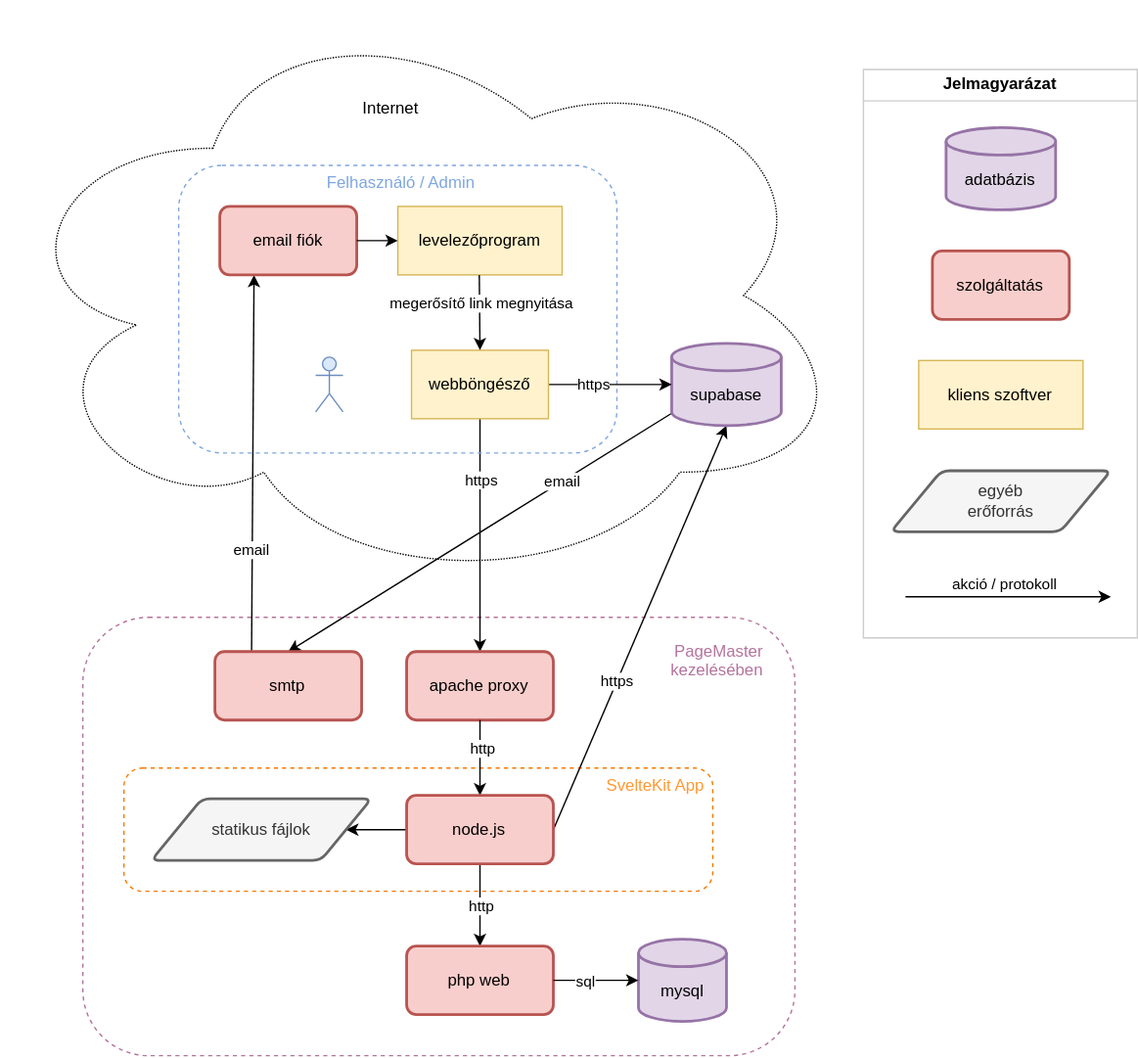
Before: skanzen-folyamatábra.svg, a diagram exported from draw.io (boczpeter/notes). Source tidied: cells renumbered, new cells last; positions are measured from the earlier drawing's top-left corner, leaving out a move shared by most shapes.
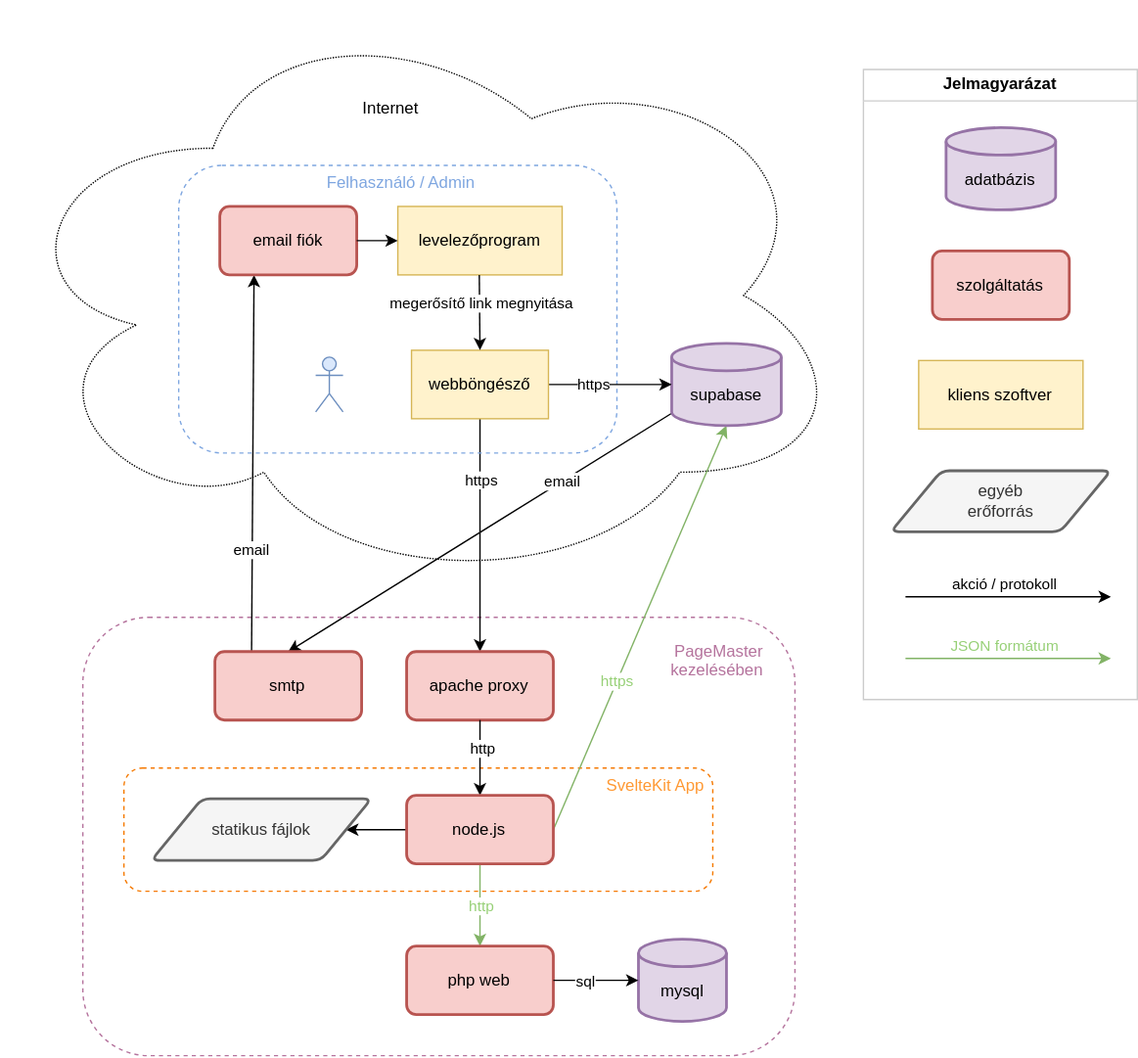
The same diagram one commit later.

Diff of the diagram source:
```diff
@@ -19,10 +19,10 @@
         <mxPoint x="-1" y="-18" as="offset" />
       </mxGeometry>
     </mxCell>
-    <mxCell id="7" style="endArrow=classic;html=1;rounded=0;exitX=1;exitY=0.5;exitDx=0;exitDy=0;entryX=0.5;entryY=1;entryDx=0;entryDy=0;entryPerimeter=0;" parent="1" edge="1" source="20" target="34">
+    <mxCell id="7" style="endArrow=classic;html=1;rounded=0;exitX=1;exitY=0.5;exitDx=0;exitDy=0;entryX=0.5;entryY=1;entryDx=0;entryDy=0;entryPerimeter=0;fillColor=#d5e8d4;strokeColor=#82b366;" parent="1" edge="1" source="20" target="34">
       <mxGeometry relative="1" as="geometry" />
     </mxCell>
-    <mxCell id="8" value="&lt;div&gt;https&lt;/div&gt;" style="edgeLabel;html=1;align=center;verticalAlign=middle;" parent="7" vertex="1">
+    <mxCell id="8" value="&lt;div&gt;https&lt;/div&gt;" style="edgeLabel;html=1;align=center;verticalAlign=middle;fontColor=#97D077;" parent="7" vertex="1">
       <mxGeometry x="-0.27" y="1" relative="1" as="geometry" />
     </mxCell>
     <mxCell id="9" style="endArrow=classic;html=1;rounded=0;exitX=0.25;exitY=0;exitDx=0;exitDy=0;entryX=0.25;entryY=1;entryDx=0;entryDy=0;" parent="1" edge="1" source="13" target="40">
@@ -56,10 +56,10 @@
     <mxCell id="17" style="endArrow=classic;html=1;rounded=0;exitX=0;exitY=0.5;exitDx=0;exitDy=0;" parent="1" edge="1" source="20" target="21">
       <mxGeometry relative="1" as="geometry" />
     </mxCell>
-    <mxCell id="18" style="endArrow=classic;html=1;rounded=0;exitX=0.5;exitY=1;exitDx=0;exitDy=0;entryX=0.5;entryY=0;entryDx=0;entryDy=0;" parent="1" edge="1" source="20" target="30">
+    <mxCell id="18" style="endArrow=classic;html=1;rounded=0;exitX=0.5;exitY=1;exitDx=0;exitDy=0;entryX=0.5;entryY=0;entryDx=0;entryDy=0;fillColor=#d5e8d4;strokeColor=#82b366;" parent="1" edge="1" source="20" target="30">
       <mxGeometry relative="1" as="geometry" />
     </mxCell>
-    <mxCell id="19" value="&lt;div&gt;http&lt;/div&gt;" style="edgeLabel;html=1;align=center;verticalAlign=middle;" parent="18" vertex="1">
+    <mxCell id="19" value="&lt;div&gt;http&lt;/div&gt;" style="edgeLabel;html=1;align=center;verticalAlign=middle;fontColor=#97D077;" parent="18" vertex="1">
       <mxGeometry x="-0.27" y="1" relative="1" as="geometry">
         <mxPoint x="-1" y="8" as="offset" />
       </mxGeometry>
@@ -71,7 +71,7 @@
       <mxGeometry x="110" y="582.5" width="160.7" height="45" as="geometry" />
     </mxCell>
     <mxCell id="22" value="Jelmagyarázat" style="swimlane;whiteSpace=wrap;html=1;strokeColor=#CCCCCC;" parent="1" vertex="1">
-      <mxGeometry x="630" y="50" width="200" height="415" as="geometry" />
+      <mxGeometry x="630" y="50" width="200" height="460" as="geometry" />
     </mxCell>
     <mxCell id="23" style="group;" parent="22" vertex="1">
       <mxGeometry x="20" y="42.5" width="160.7" height="295" as="geometry" />
@@ -99,6 +99,17 @@
         <mxPoint x="-5" y="-8" as="offset" />
       </mxGeometry>
     </mxCell>
+    <mxCell id="45" style="endArrow=classic;html=1;rounded=0;fillColor=#d5e8d4;strokeColor=#82b366;" parent="22" edge="1">
+      <mxGeometry relative="1" as="geometry">
+        <mxPoint x="30.7" y="430" as="sourcePoint" />
+        <mxPoint x="180.7" y="430" as="targetPoint" />
+      </mxGeometry>
+    </mxCell>
+    <mxCell id="46" value="JSON formátum" style="edgeLabel;html=1;align=center;verticalAlign=middle;fontColor=#97D077;" parent="45" vertex="1">
+      <mxGeometry x="0.03" y="2" relative="1" as="geometry">
+        <mxPoint x="-5" y="-8" as="offset" />
+      </mxGeometry>
+    </mxCell>
     <mxCell id="30" value="php web" style="rounded=1;whiteSpace=wrap;html=1;absoluteArcSize=1;arcSize=14;strokeWidth=2;fillColor=#f8cecc;strokeColor=#b85450;" parent="1" vertex="1">
       <mxGeometry x="296.4" y="690" width="107.1" height="50" as="geometry" />
     </mxCell>
```
